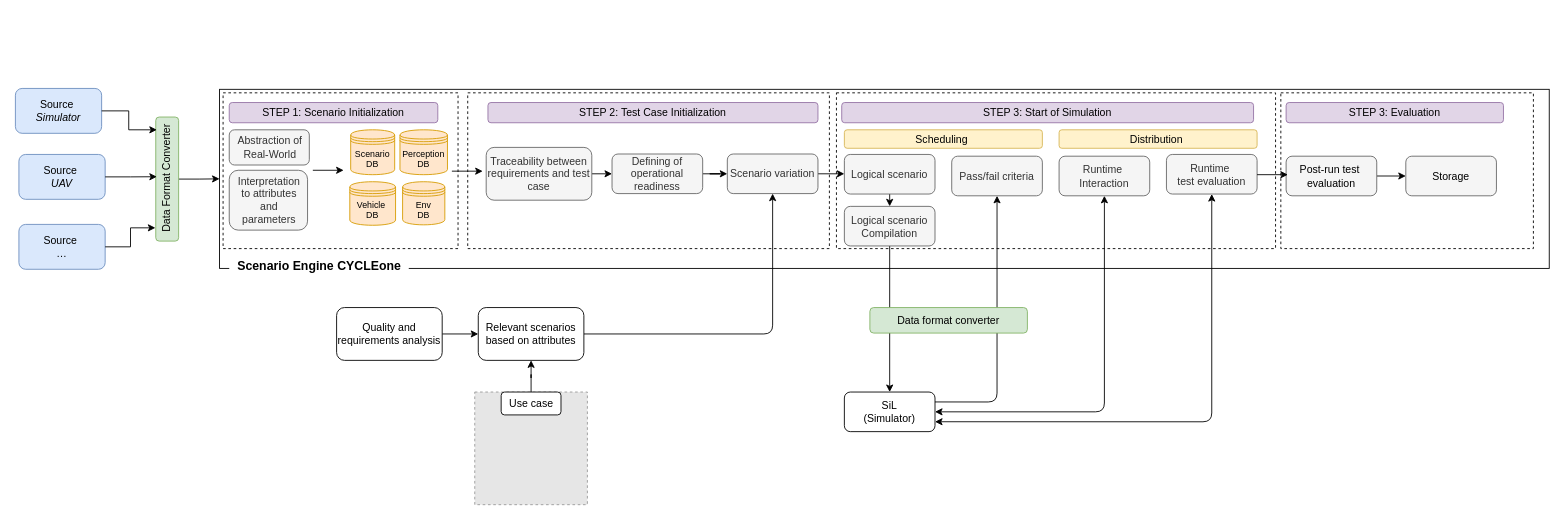
dev-chak-chak/CYCLEone keeps this draw.io diagram as CYCLEone.drawio. Above is the earlier version. Source tidied: cells renumbered, new cells numbered last; positions are measured from the earlier drawing's top-left corner, leaving out a move shared by most shapes. Both pictures are drawn from the tidied source at 88%, with x=0, y=0 at pixel (15, 88). Pictures stored in the file or linked from it are replaced by grey dashed boxes.
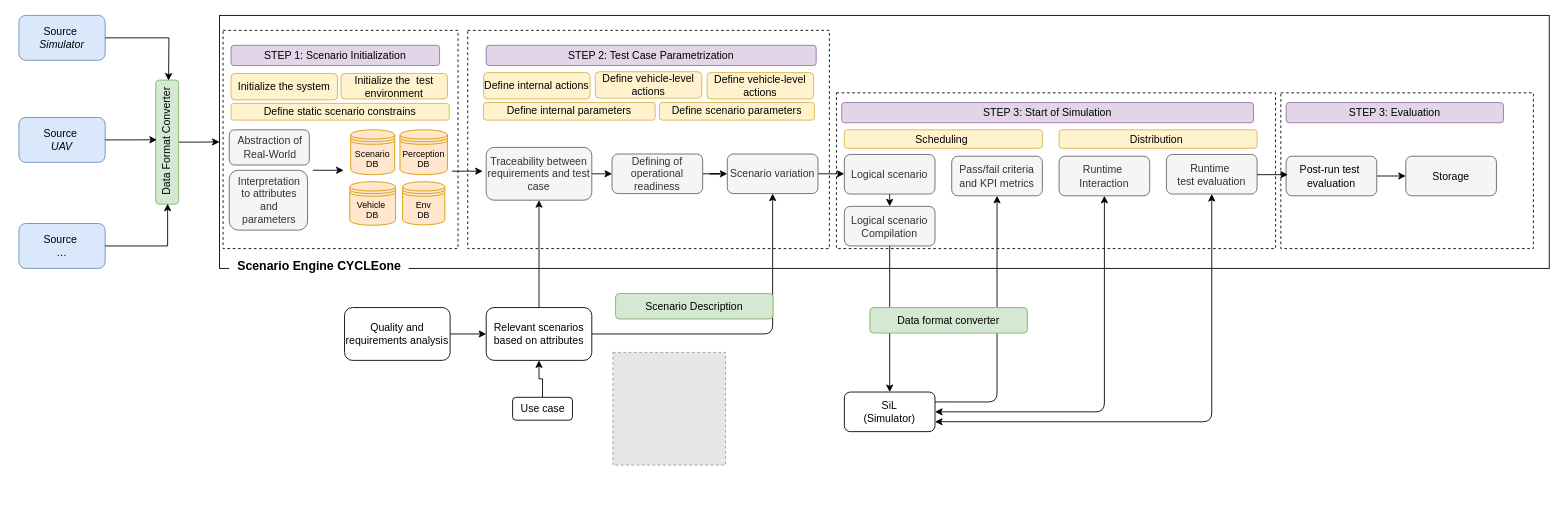
Above is the later version.

The change refers to these unchanged cells:
```xml
<mxCell id="27" value="Traceability between requirements and test case" style="rounded=1;whiteSpace=wrap;html=1;fillColor=#f5f5f5;fontColor=#333333;strokeColor=#666666;" parent="1" vertex="1">
  <mxGeometry x="535" y="67" width="120" height="60" as="geometry" />
</mxCell>
```

Change to the diagram source:
```diff
@@
     <mxCell id="2" style="whiteSpace=wrap;html=1;fontSize=16;" parent="1" vertex="1">
-      <mxGeometry x="232" y="1" width="1511" height="203.5" as="geometry" />
+      <mxGeometry x="232" y="-83" width="1511" height="287.5" as="geometry" />
     </mxCell>
@@
     <mxCell id="5" style="rounded=0;whiteSpace=wrap;html=1;dashed=1;" parent="1" vertex="1">
-      <mxGeometry x="514" y="5" width="411" height="177" as="geometry" />
+      <mxGeometry x="514" y="-66" width="411" height="248" as="geometry" />
     </mxCell>
     <mxCell id="6" style="rounded=0;whiteSpace=wrap;html=1;dashed=1;" parent="1" vertex="1">
-      <mxGeometry x="236" y="5" width="267" height="177" as="geometry" />
+      <mxGeometry x="236" y="-66" width="267" height="248" as="geometry" />
     </mxCell>
     <mxCell id="7" value="Source&amp;nbsp;&lt;br style=&quot;font-size: 12px;&quot;&gt;&lt;i style=&quot;font-size: 12px;&quot;&gt;Simulator&lt;/i&gt;" style="text;strokeColor=#6c8ebf;fillColor=#dae8fc;html=1;align=center;verticalAlign=middle;whiteSpace=wrap;rounded=1;fontSize=12;gradientColor=none;" parent="1" vertex="1">
-      <mxGeometry width="98" height="51" as="geometry" />
+      <mxGeometry x="4" y="-83" width="98" height="51" as="geometry" />
     </mxCell>
@@
     <mxCell id="9" value="Data Format Converter" style="text;html=1;align=center;verticalAlign=middle;points=[];strokeColor=#82b366;fillColor=#d5e8d4;fontSize=12;rotation=-90;rounded=1;" parent="1" vertex="1">
-      <mxGeometry x="102" y="90" width="141" height="26" as="geometry" />
+      <mxGeometry x="102" y="48" width="141" height="26" as="geometry" />
     </mxCell>
     <mxCell id="10" value="Source&amp;nbsp;&lt;br style=&quot;border-color: var(--border-color); font-size: 12px;&quot;&gt;&lt;i style=&quot;font-size: 12px;&quot;&gt;UAV&lt;/i&gt;" style="text;strokeColor=#6c8ebf;fillColor=#dae8fc;html=1;align=center;verticalAlign=middle;whiteSpace=wrap;rounded=1;fontSize=12;gradientColor=none;" parent="1" vertex="1">
-      <mxGeometry x="4" y="75" width="98" height="51" as="geometry" />
+      <mxGeometry x="4" y="33" width="98" height="51" as="geometry" />
     </mxCell>
     <mxCell id="11" value="Source&amp;nbsp;&lt;br style=&quot;border-color: var(--border-color); font-size: 12px;&quot;&gt;…" style="text;strokeColor=#6c8ebf;fillColor=#dae8fc;html=1;align=center;verticalAlign=middle;whiteSpace=wrap;rounded=1;fontSize=12;gradientColor=none;" parent="1" vertex="1">
-      <mxGeometry x="4" y="154.5" width="98" height="51" as="geometry" />
+      <mxGeometry x="4" y="153.5" width="98" height="51" as="geometry" />
     </mxCell>
-    <mxCell id="12" style="edgeStyle=orthogonalEdgeStyle;rounded=0;jettySize=auto;html=1;entryX=0.107;entryY=-0.016;entryDx=0;entryDy=0;entryPerimeter=0;" parent="1" edge="1" source="11" target="9">
+    <mxCell id="12" style="edgeStyle=orthogonalEdgeStyle;rounded=0;jettySize=auto;html=1;entryX=0.004;entryY=0.519;entryDx=0;entryDy=0;entryPerimeter=0;" parent="1" edge="1" source="11" target="9">
       <mxGeometry relative="1" as="geometry" />
     </mxCell>
@@
     <mxCell id="20" value="STEP 1: Scenario Initialization" style="rounded=1;whiteSpace=wrap;html=1;fillColor=#e1d5e7;strokeColor=#9673a6;" parent="1" vertex="1">
-      <mxGeometry x="243" y="16" width="237" height="23" as="geometry" />
+      <mxGeometry x="245" y="-49" width="237" height="23" as="geometry" />
     </mxCell>
@@
-    <mxCell id="22" value="STEP 2: Test Case Initialization" style="rounded=1;whiteSpace=wrap;html=1;fillColor=#e1d5e7;strokeColor=#9673a6;" parent="1" vertex="1">
-      <mxGeometry x="537" y="16" width="375" height="23" as="geometry" />
+    <mxCell id="22" value="STEP 2: Test Case Parametrization" style="rounded=1;whiteSpace=wrap;html=1;fillColor=#e1d5e7;strokeColor=#9673a6;" parent="1" vertex="1">
+      <mxGeometry x="535" y="-49" width="375" height="23" as="geometry" />
     </mxCell>
@@
     <mxCell id="31" style="fillColor=#E6E6E6;strokeColor=#999999;dashed=1;html=1;verticalAlign=top;verticalLabelPosition=bottom;labelBackgroundColor=#ffffff;" parent="1" vertex="1">
-      <mxGeometry x="522" y="345" width="128" height="128" as="geometry" />
+      <mxGeometry x="679" y="300" width="128" height="128" as="geometry" />
     </mxCell>
@@
     <mxCell id="33" value="Use case" style="text;html=1;align=center;verticalAlign=middle;points=[];strokeColor=default;fillColor=default;rounded=1;" parent="1" vertex="1">
-      <mxGeometry x="552" y="345" width="68" height="26" as="geometry" />
+      <mxGeometry x="565" y="351" width="68" height="26" as="geometry" />
     </mxCell>
@@
     <mxCell id="35" value="Quality and requirements analysis" style="rounded=1;whiteSpace=wrap;html=1;" parent="1" vertex="1">
-      <mxGeometry x="365" y="249" width="120" height="60" as="geometry" />
+      <mxGeometry x="374" y="249" width="120" height="60" as="geometry" />
     </mxCell>
@@
     <mxCell id="37" value="Relevant scenarios based on attributes" style="rounded=1;whiteSpace=wrap;html=1;" parent="1" vertex="1">
-      <mxGeometry x="526" y="249" width="120" height="60" as="geometry" />
+      <mxGeometry x="535" y="249" width="120" height="60" as="geometry" />
     </mxCell>
@@
-    <mxCell id="43" value="Pass/fail criteria" style="rounded=1;whiteSpace=wrap;html=1;fillColor=#f5f5f5;fontColor=#333333;strokeColor=#666666;" parent="1" vertex="1">
+    <mxCell id="43" value="Pass/fail criteria and KPI metrics" style="rounded=1;whiteSpace=wrap;html=1;fillColor=#f5f5f5;fontColor=#333333;strokeColor=#666666;" parent="1" vertex="1">
       <mxGeometry x="1064" y="77" width="103" height="45" as="geometry" />
     </mxCell>
@@
-    <mxCell id="55" style="edgeStyle=orthogonalEdgeStyle;rounded=0;jettySize=auto;html=1;exitX=1;exitY=0.5;exitDx=0;exitDy=0;entryX=0.897;entryY=0.048;entryDx=0;entryDy=0;entryPerimeter=0;" parent="1" edge="1" source="7" target="9">
-      <mxGeometry relative="1" as="geometry" />
+    <mxCell id="55" style="edgeStyle=orthogonalEdgeStyle;rounded=0;jettySize=auto;html=1;exitX=1;exitY=0.5;exitDx=0;exitDy=0;" parent="1" edge="1" source="7">
+      <mxGeometry relative="1" as="geometry">
+        <mxPoint x="174" y="-9" as="targetPoint" />
+      </mxGeometry>
     </mxCell>
@@
+    <mxCell id="59" value="Initialize the system" style="rounded=1;whiteSpace=wrap;html=1;fillColor=#fff2cc;strokeColor=#d6b656;" parent="1" vertex="1">
+      <mxGeometry x="245" y="-17" width="121" height="30" as="geometry" />
+    </mxCell>
+    <mxCell id="60" value="Initialize the &amp;nbsp;test environment" style="rounded=1;whiteSpace=wrap;html=1;fillColor=#fff2cc;strokeColor=#d6b656;" parent="1" vertex="1">
+      <mxGeometry x="370" y="-17" width="121" height="29" as="geometry" />
+    </mxCell>
+    <mxCell id="61" value="Define static scenario constrains" style="rounded=1;whiteSpace=wrap;html=1;fillColor=#fff2cc;strokeColor=#d6b656;" parent="1" vertex="1">
+      <mxGeometry x="245" y="17" width="248" height="19" as="geometry" />
+    </mxCell>
+    <mxCell id="62" value="Define internal actions" style="rounded=1;whiteSpace=wrap;html=1;fillColor=#fff2cc;strokeColor=#d6b656;" parent="1" vertex="1">
+      <mxGeometry x="532" y="-18" width="121" height="30" as="geometry" />
+    </mxCell>
+    <mxCell id="63" value="Define vehicle-level actions" style="rounded=1;whiteSpace=wrap;html=1;fillColor=#fff2cc;strokeColor=#d6b656;" parent="1" vertex="1">
+      <mxGeometry x="659" y="-19" width="121" height="30" as="geometry" />
+    </mxCell>
+    <mxCell id="64" value="Define vehicle-level actions" style="rounded=1;whiteSpace=wrap;html=1;fillColor=#fff2cc;strokeColor=#d6b656;" parent="1" vertex="1">
+      <mxGeometry x="786" y="-18" width="121" height="30" as="geometry" />
+    </mxCell>
+    <mxCell id="65" style="edgeStyle=orthogonalEdgeStyle;rounded=0;jettySize=auto;html=1;exitX=0.5;exitY=0;exitDx=0;exitDy=0;" parent="1" edge="1" source="37" target="27">
+      <mxGeometry relative="1" as="geometry" />
+    </mxCell>
+    <mxCell id="66" value="Define internal parameters" style="rounded=1;whiteSpace=wrap;html=1;fillColor=#fff2cc;strokeColor=#d6b656;" parent="1" vertex="1">
+      <mxGeometry x="532" y="16" width="195" height="20" as="geometry" />
+    </mxCell>
+    <mxCell id="67" value="Define scenario parameters" style="rounded=1;whiteSpace=wrap;html=1;fillColor=#fff2cc;strokeColor=#d6b656;" parent="1" vertex="1">
+      <mxGeometry x="732" y="16" width="176" height="20" as="geometry" />
+    </mxCell>
+    <mxCell id="68" value="Scenario Description" style="rounded=1;whiteSpace=wrap;html=1;fillColor=#d5e8d4;strokeColor=#82b366;" parent="1" vertex="1">
+      <mxGeometry x="682" y="233" width="179" height="29" as="geometry" />
+    </mxCell>
```
